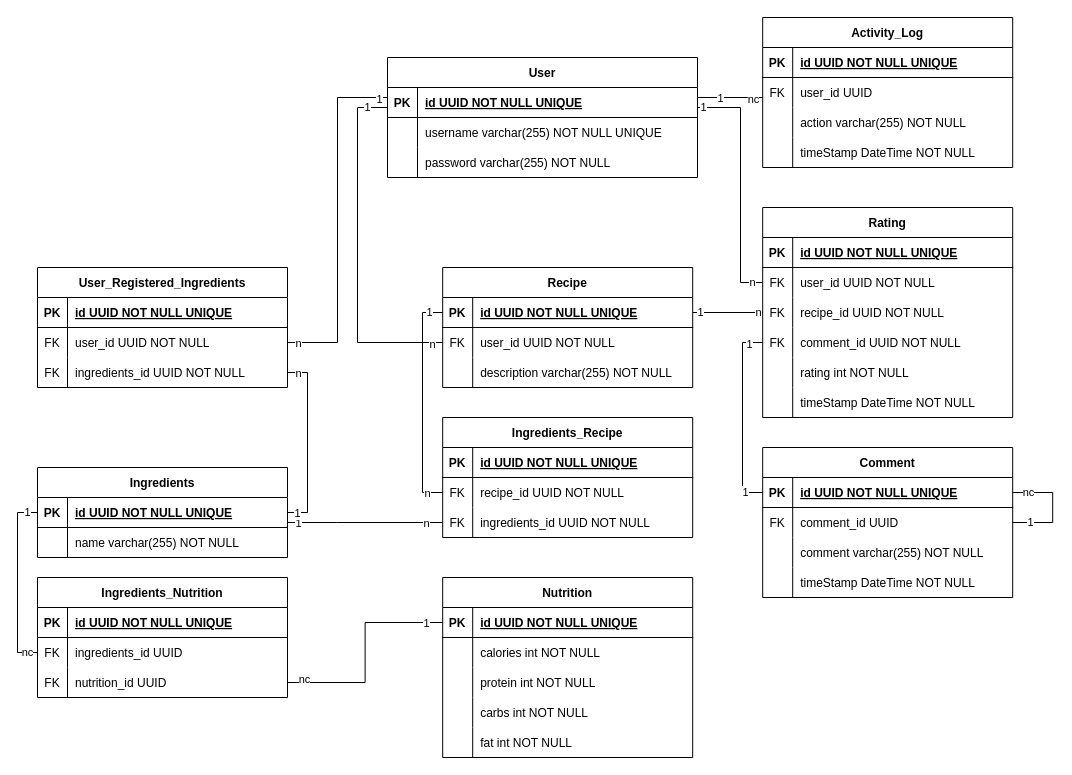
The draw.io diagram DatabaseDesign/ERD/ERD_Recipe-Manager.drawio in Oliver-Pettersson/Recipe_Manager, before the edit. Source tidied: cells renumbered, new cells numbered last; positions are measured from the earlier drawing's top-left corner, leaving out a move shared by most shapes. Both pictures are drawn from the tidied source at 100%, with x=0, y=0 at pixel (37, 17).
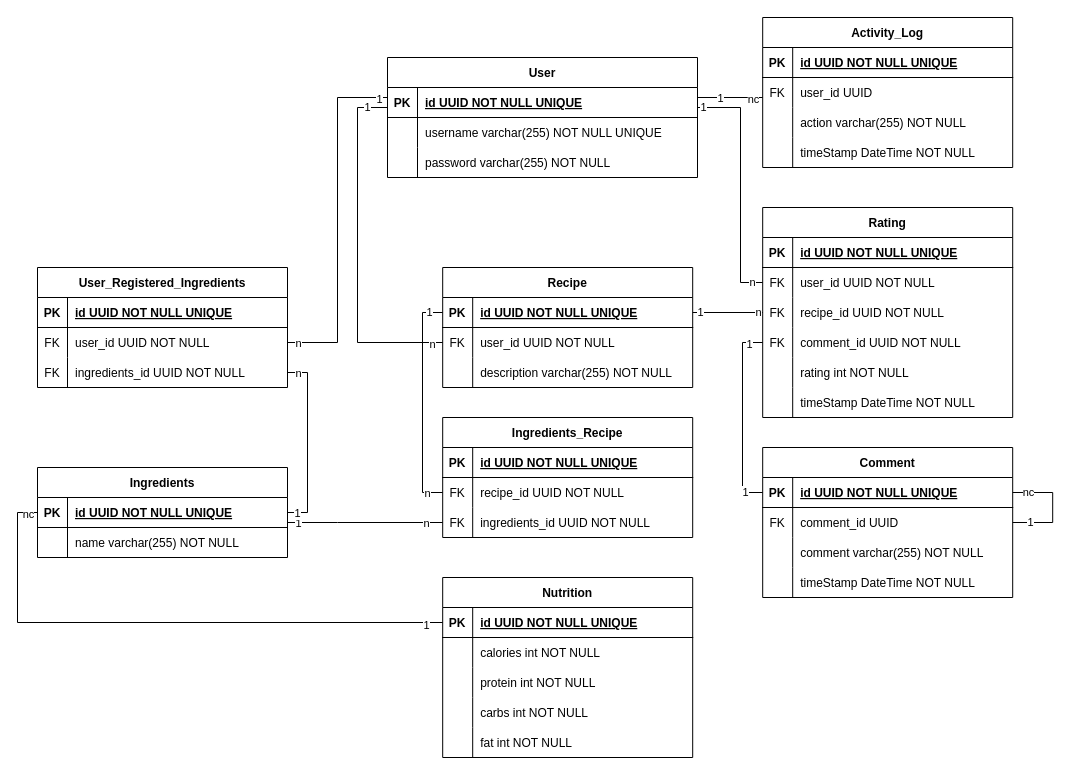
After the change.

Unchanged cells that the change refers to:
```xml
<mxCell id="90" style="shape=partialRectangle;fillColor=none;points=[[0,0.5],[1,0.5]];portConstraint=eastwest;top=0;left=0;right=0;bottom=1;" parent="89" vertex="1">
  <mxGeometry y="30" width="250" height="30" as="geometry" />
</mxCell>
<mxCell id="123" style="shape=partialRectangle;fillColor=none;points=[[0,0.5],[1,0.5]];portConstraint=eastwest;top=0;left=0;right=0;bottom=1;" parent="122" vertex="1">
  <mxGeometry y="30" width="250" height="30" as="geometry" />
</mxCell>
```

Diff of the diagram source:
```diff
@@
-    <mxCell id="112" value="Ingredients_Nutrition" style="shape=table;startSize=30;childLayout=tableLayout;rowLines=0;fontStyle=1;align=center;" parent="1" vertex="1">
-      <mxGeometry y="560" width="250" height="120" as="geometry" />
-    </mxCell>
-    <mxCell id="113" style="shape=partialRectangle;fillColor=none;top=0;left=0;right=0;bottom=1;" parent="112" vertex="1">
-      <mxGeometry y="30" width="250" height="30" as="geometry" />
-    </mxCell>
-    <mxCell id="114" value="PK" style="shape=partialRectangle;overflow=hidden;fillColor=none;top=0;left=0;bottom=0;right=0;fontStyle=1;" parent="113" vertex="1">
-      <mxGeometry width="30" height="30" as="geometry" />
-    </mxCell>
-    <mxCell id="115" value="id UUID NOT NULL UNIQUE" style="shape=partialRectangle;overflow=hidden;fillColor=none;top=0;left=0;bottom=0;right=0;align=left;spacingLeft=6;fontStyle=5;" parent="113" vertex="1">
-      <mxGeometry x="30" width="220" height="30" as="geometry" />
-    </mxCell>
-    <mxCell id="116" style="shape=partialRectangle;fillColor=none;points=[[0,0.5],[1,0.5]];portConstraint=eastwest;top=0;left=0;right=0;bottom=0;" parent="112" vertex="1">
-      <mxGeometry y="60" width="250" height="30" as="geometry" />
-    </mxCell>
-    <mxCell id="117" value="FK" style="shape=partialRectangle;overflow=hidden;fillColor=none;top=0;left=0;bottom=0;right=0;" parent="116" vertex="1">
-      <mxGeometry width="30" height="30" as="geometry" />
-    </mxCell>
-    <mxCell id="118" value="ingredients_id UUID " style="shape=partialRectangle;overflow=hidden;fillColor=none;top=0;left=0;bottom=0;right=0;align=left;spacingLeft=6;" parent="116" vertex="1">
-      <mxGeometry x="30" width="220" height="30" as="geometry" />
-    </mxCell>
-    <mxCell id="119" style="shape=partialRectangle;fillColor=none;points=[[0,0.5],[1,0.5]];portConstraint=eastwest;top=0;left=0;right=0;bottom=0;" parent="112" vertex="1">
-      <mxGeometry y="90" width="250" height="30" as="geometry" />
-    </mxCell>
-    <mxCell id="120" value="FK" style="shape=partialRectangle;overflow=hidden;fillColor=none;top=0;left=0;bottom=0;right=0;" parent="119" vertex="1">
-      <mxGeometry width="30" height="30" as="geometry" />
-    </mxCell>
-    <mxCell id="121" value="nutrition_id UUID " style="shape=partialRectangle;overflow=hidden;fillColor=none;top=0;left=0;bottom=0;right=0;align=left;spacingLeft=6;" parent="119" vertex="1">
-      <mxGeometry x="30" width="220" height="30" as="geometry" />
-    </mxCell>
@@
-    <mxCell id="138" style="edgeStyle=orthogonalEdgeStyle;rounded=0;jettySize=auto;html=1;entryX=0;entryY=0.5;entryDx=0;entryDy=0;endArrow=none;endFill=0;" parent="1" edge="1" source="116" target="90">
+    <mxCell id="138" style="edgeStyle=orthogonalEdgeStyle;rounded=0;jettySize=auto;html=1;entryX=0;entryY=0.5;entryDx=0;entryDy=0;endArrow=none;endFill=0;" parent="1" edge="1" source="123" target="90">
       <mxGeometry relative="1" as="geometry" />
     </mxCell>
-    <mxCell id="139" value="nc" style="edgeLabel;html=1;align=center;verticalAlign=middle;" parent="138" vertex="1">
-      <mxGeometry x="-0.81" y="-1" relative="1" as="geometry">
-        <mxPoint x="6.7" as="offset" />
-      </mxGeometry>
-    </mxCell>
-    <mxCell id="140" value="1" style="edgeLabel;html=1;align=center;verticalAlign=middle;" parent="138" vertex="1">
-      <mxGeometry x="0.8" y="1" relative="1" as="geometry">
-        <mxPoint x="7.6" as="offset" />
-      </mxGeometry>
-    </mxCell>
-    <mxCell id="141" style="edgeStyle=orthogonalEdgeStyle;rounded=0;jettySize=auto;html=1;endArrow=none;endFill=0;" parent="1" edge="1" source="119" target="123">
-      <mxGeometry relative="1" as="geometry" />
-    </mxCell>
-    <mxCell id="142" value="1" style="edgeLabel;html=1;align=center;verticalAlign=middle;" parent="141" vertex="1">
-      <mxGeometry x="0.85" relative="1" as="geometry">
-        <mxPoint x="-1" as="offset" />
-      </mxGeometry>
-    </mxCell>
-    <mxCell id="143" value="nc" style="edgeLabel;html=1;align=center;verticalAlign=middle;" parent="141" vertex="1">
-      <mxGeometry x="-0.84" y="4" relative="1" as="geometry">
-        <mxPoint x="-1" as="offset" />
-      </mxGeometry>
-    </mxCell>
+    <mxCell id="156" value="1" style="edgeLabel;html=1;align=center;verticalAlign=middle;" parent="138" vertex="1">
+      <mxGeometry x="-0.94" y="2" relative="1" as="geometry" />
+    </mxCell>
+    <mxCell id="157" value="nc" style="edgeLabel;html=1;align=center;verticalAlign=middle;" parent="138" vertex="1">
+      <mxGeometry x="0.98" y="-1" relative="1" as="geometry">
+        <mxPoint x="-4.4" as="offset" />
+      </mxGeometry>
+    </mxCell>
```
